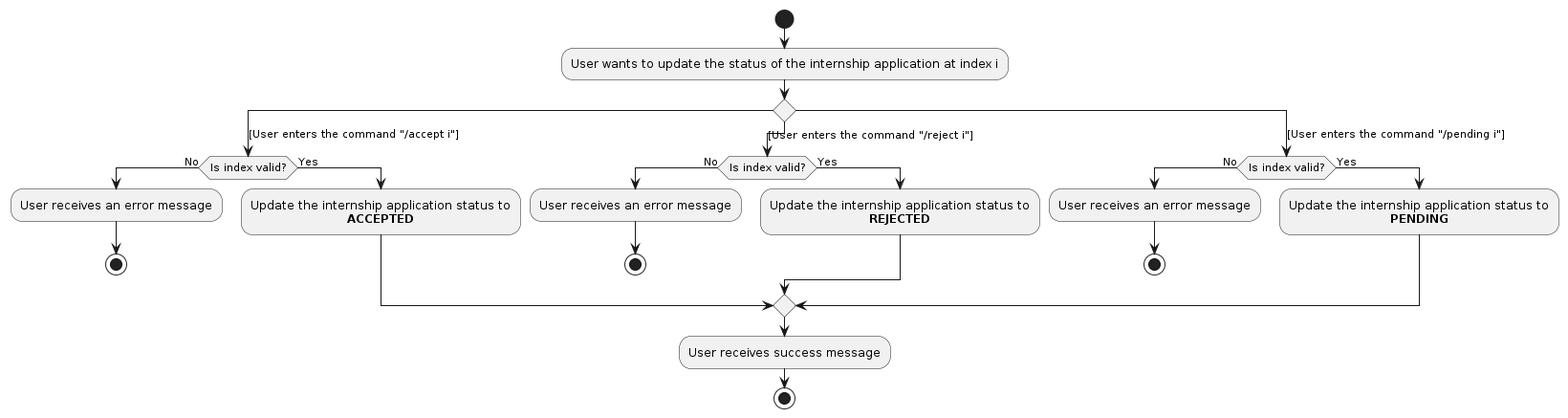
Before: diagrams/StatusActivityDiagram.png, a diagram exported from PlantUML (woke02/tp). Its source is kept beside it as diagrams/StatusActivityDiagram.puml.
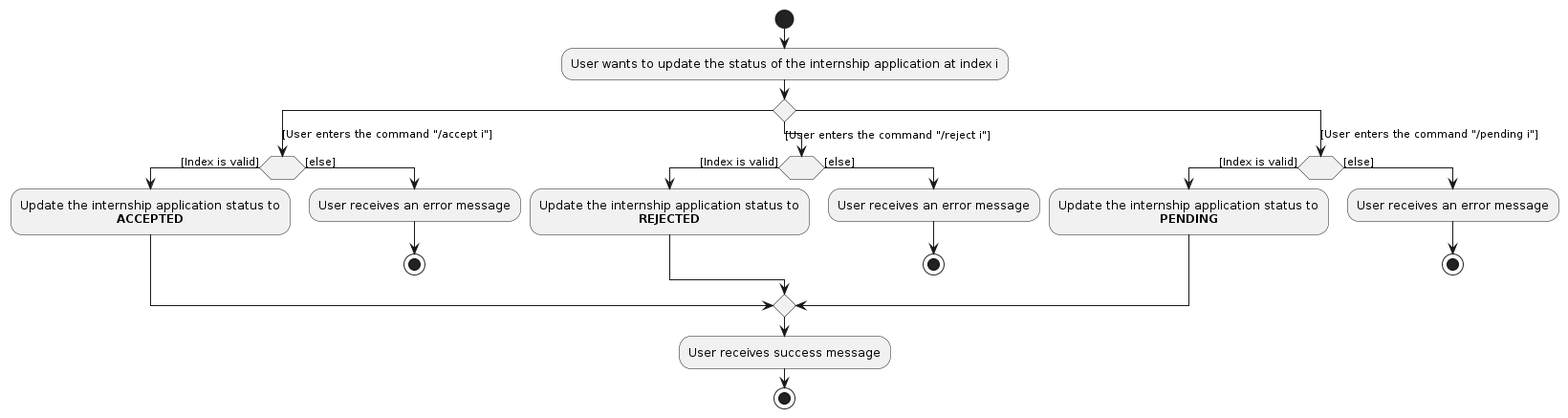
Later version of the same file.

What changed in the source:
```diff
@@ -7,28 +7,28 @@
 
 switch ()
 case ([User enters the command "/accept i"])
-    if (Is index valid?) then (No)
+    if ( ) then ([Index is valid])
+        :Update the internship application status to
+        **ACCEPTED**;
+    else ([else])
         :User receives an error message;
         stop
-    else (Yes)
-        :Update the internship application status to
-        **ACCEPTED**;
     endif
 case ([User enters the command "/reject i"])
-    if (Is index valid?) then (No)
+    if ( ) then ([Index is valid])
+        :Update the internship application status to
+        **REJECTED**;
+    else ([else])
         :User receives an error message;
         stop
-    else (Yes)
-        :Update the internship application status to
-        **REJECTED**;
     endif
 case ([User enters the command "/pending i"])
-    if (Is index valid?) then (No)
+    if ( ) then ([Index is valid])
+        :Update the internship application status to
+        **PENDING**;
+    else ([else])
         :User receives an error message;
         stop
-    else (Yes)
-        :Update the internship application status to
-        **PENDING**;
     endif
 endswitch
 
```
